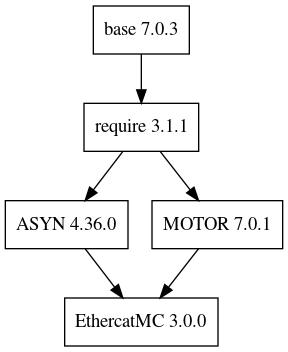
icshwi/e3-EthercatMC keeps this Graphviz diagram as docs/EthercatMC.png. Above is the earlier version. Its source is kept beside it as docs/EthercatMC.gv.
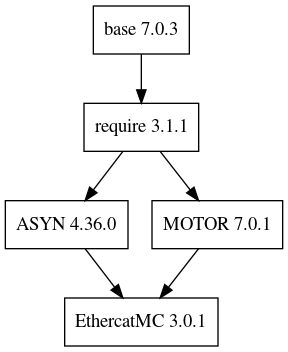
The same file after the commit.

Commit message:
update dep plots

What changed in the source:
```diff
@@ -4,6 +4,6 @@
 require [label="require 3.1.1"]
 ASYN [label="ASYN 4.36.0"]
 MOTOR [label="MOTOR 7.0.1"]
-EthercatMC [label="EthercatMC 3.0.0"]
+EthercatMC [label="EthercatMC 3.0.1"]
 base -> require -> { ASYN,MOTOR } ->  {  EthercatMC  }
 }
```
